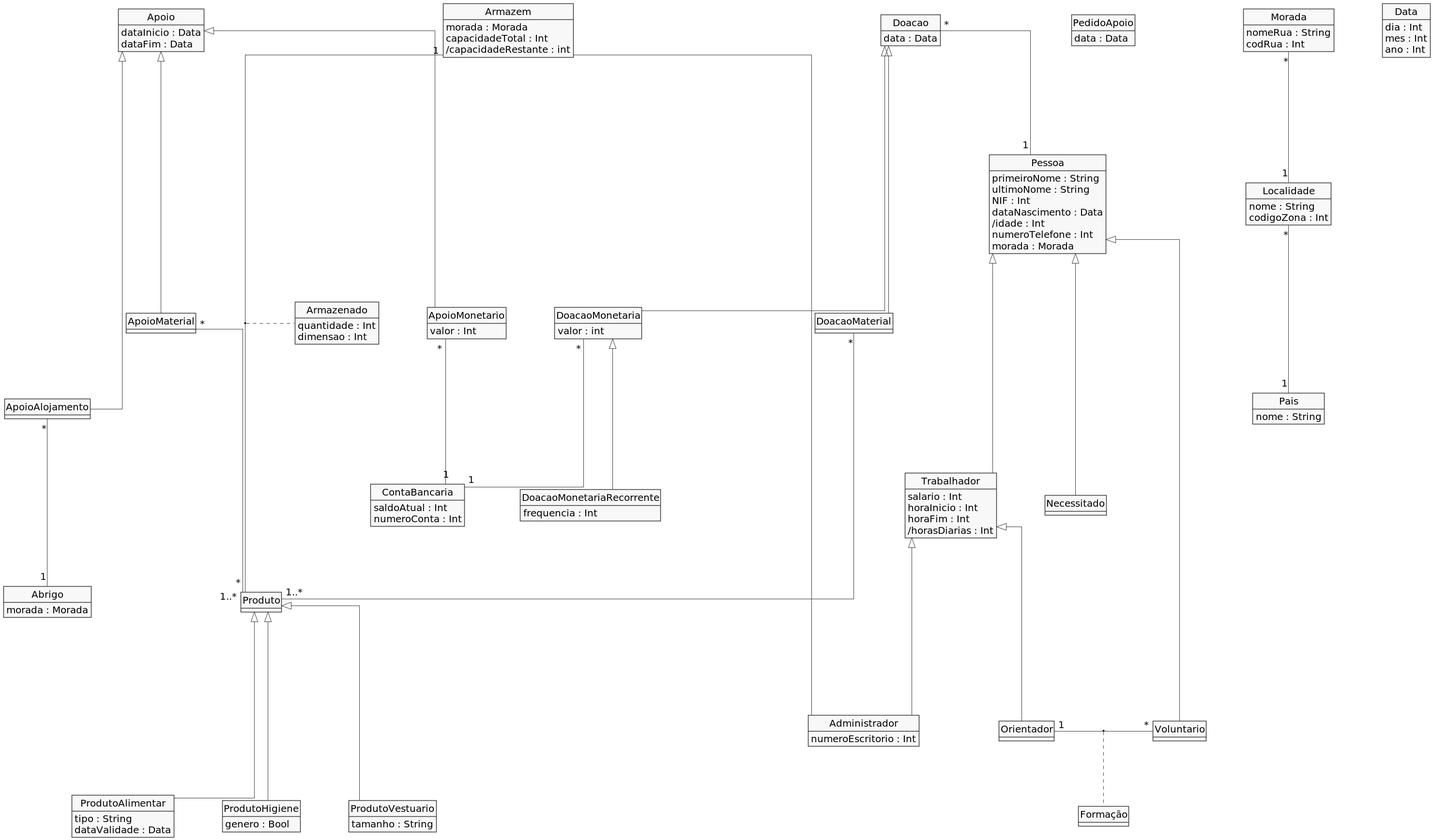
francisco-rente/FEUP-BDAD keeps this PlantUML diagram as Delivery_I/diagram.png. Above is the earlier version.
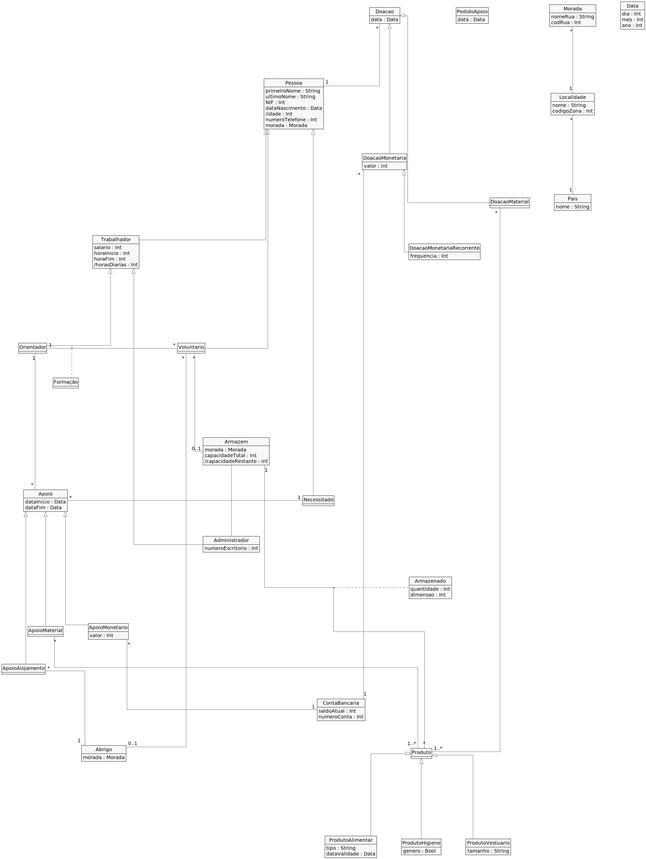
After the commit.

Commit message:
Updated diagram: Voluntary & Orientator relations.

The edit, as a diff of the source:
```diff
@@ -120,7 +120,7 @@
 }
 
 Pessoa <|---- Trabalhador
-Pessoa <|--- Voluntario
+Pessoa <|----- Voluntario
 Pessoa <|---- Necessitado
 
 Trabalhador <|---- Administrador
@@ -137,6 +137,9 @@
 Produto <|---- ProdutoHigiene
 Produto <|---- ProdutoVestuario
 
+Voluntario "*" ---- "0..1" Armazem
+Voluntario "*" ----- "0..1" Abrigo
+Orientador "1" ----- "*" Apoio
 Orientador "1" - "*" Voluntario
 (Orientador, Voluntario) ... Formação
 
@@ -144,6 +147,7 @@
 DoacaoMaterial "*" ---- "1..*" Produto
 DoacaoMonetaria <|--- DoacaoMonetariaRecorrente
 
+Apoio "*" - "1" Necessitado
 ApoioMaterial "*" ---- "1..*" Produto
 
 ApoioAlojamento "*" --- "1" Abrigo
```
